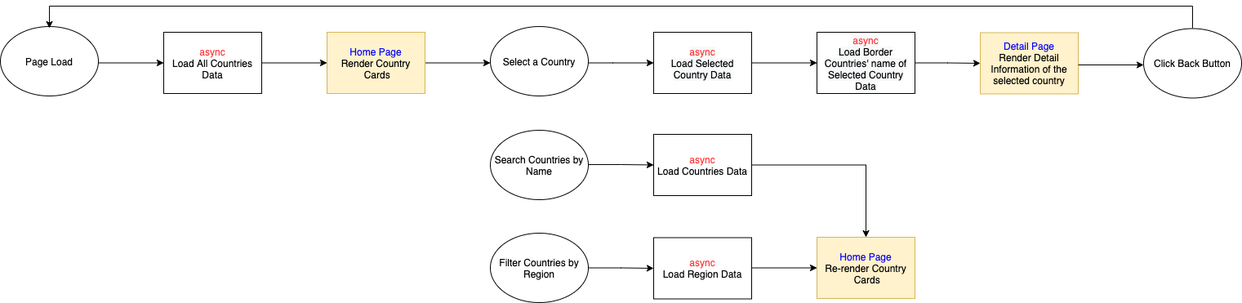
The draw.io diagram structure.png in chianglynn/frontendmentor-rest-countries-api-with-color-theme-switcher, before a commit. Source tidied: cells renumbered, new cells last; positions are measured from the earlier drawing's top-left corner, leaving out a move shared by most shapes.
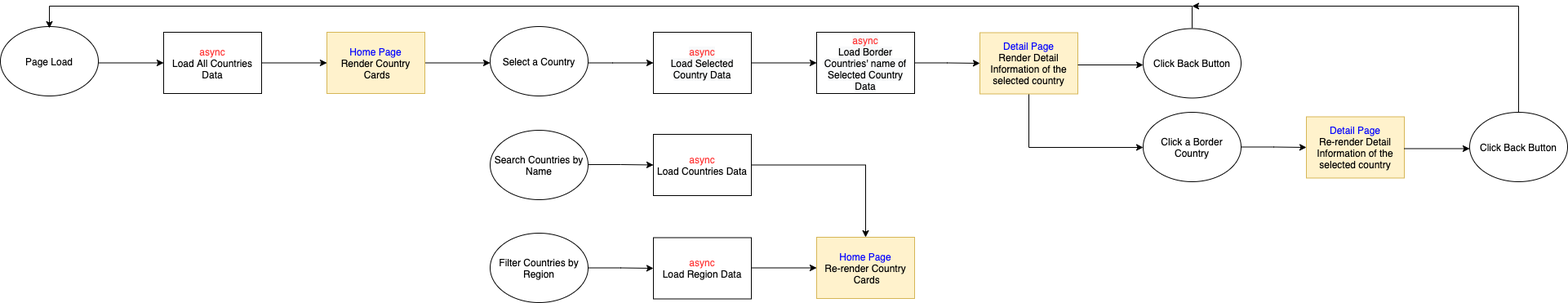
The same file after the commit.

The edit, as a diff of the source:
```diff
@@ -67,6 +67,13 @@
     <mxCell id="17" value="Filter Countries by Region" style="ellipse;whiteSpace=wrap;html=1;" parent="1" vertex="1">
       <mxGeometry x="600" y="278" width="120" height="85" as="geometry" />
     </mxCell>
+    <mxCell id="27" style="edgeStyle=orthogonalEdgeStyle;rounded=0;jettySize=auto;html=1;" parent="1" edge="1" source="18" target="29">
+      <mxGeometry relative="1" as="geometry">
+        <Array as="points">
+          <mxPoint x="1260" y="173" />
+        </Array>
+      </mxGeometry>
+    </mxCell>
     <mxCell id="18" value="&lt;font color=&quot;#0000ff&quot; style=&quot;font-family: &amp;#34;helvetica&amp;#34;&quot;&gt;Detail Page&lt;/font&gt;&lt;br style=&quot;font-family: &amp;#34;helvetica&amp;#34;&quot;&gt;&lt;span style=&quot;font-family: &amp;#34;helvetica&amp;#34;&quot;&gt;Render Detail Information of the selected country&lt;/span&gt;" style="whiteSpace=wrap;html=1;fillColor=#fff2cc;strokeColor=#d6b656;" parent="1" vertex="1">
       <mxGeometry x="1200" y="32.5" width="120" height="75" as="geometry" />
     </mxCell>
@@ -101,5 +108,31 @@
     <mxCell id="26" value="Click Back Button" style="ellipse;whiteSpace=wrap;html=1;" parent="1" vertex="1">
       <mxGeometry x="1400" y="27.5" width="120" height="85" as="geometry" />
     </mxCell>
+    <mxCell id="28" style="edgeStyle=orthogonalEdgeStyle;rounded=0;jettySize=auto;html=1;" parent="1" edge="1" source="29" target="30">
+      <mxGeometry relative="1" as="geometry" />
+    </mxCell>
+    <mxCell id="29" value="Click a Border Country" style="ellipse;whiteSpace=wrap;html=1;" parent="1" vertex="1">
+      <mxGeometry x="1400" y="130" width="120" height="85" as="geometry" />
+    </mxCell>
+    <mxCell id="30" value="&lt;font color=&quot;#0000ff&quot; style=&quot;font-family: &amp;#34;helvetica&amp;#34;&quot;&gt;Detail Page&lt;/font&gt;&lt;br style=&quot;font-family: &amp;#34;helvetica&amp;#34;&quot;&gt;&lt;span style=&quot;font-family: &amp;#34;helvetica&amp;#34;&quot;&gt;Re-render Detail Information of the selected country&lt;/span&gt;" style="whiteSpace=wrap;html=1;fillColor=#fff2cc;strokeColor=#d6b656;" parent="1" vertex="1">
+      <mxGeometry x="1600" y="135.5" width="120" height="75" as="geometry" />
+    </mxCell>
+    <mxCell id="31" style="edgeStyle=orthogonalEdgeStyle;rounded=0;orthogonalLoop=1;jettySize=auto;html=1;" parent="1" edge="1">
+      <mxGeometry relative="1" as="geometry">
+        <mxPoint x="1720" y="174.5" as="sourcePoint" />
+        <mxPoint x="1800" y="174.5" as="targetPoint" />
+      </mxGeometry>
+    </mxCell>
+    <mxCell id="32" style="edgeStyle=orthogonalEdgeStyle;rounded=0;jettySize=auto;html=1;" parent="1" edge="1" source="33">
+      <mxGeometry relative="1" as="geometry">
+        <mxPoint x="1460" as="targetPoint" />
+        <Array as="points">
+          <mxPoint x="1860" />
+        </Array>
+      </mxGeometry>
+    </mxCell>
+    <mxCell id="33" value="Click Back Button" style="ellipse;whiteSpace=wrap;html=1;" parent="1" vertex="1">
+      <mxGeometry x="1800" y="130" width="120" height="85" as="geometry" />
+    </mxCell>
   </root>
 </mxGraphModel>
```
